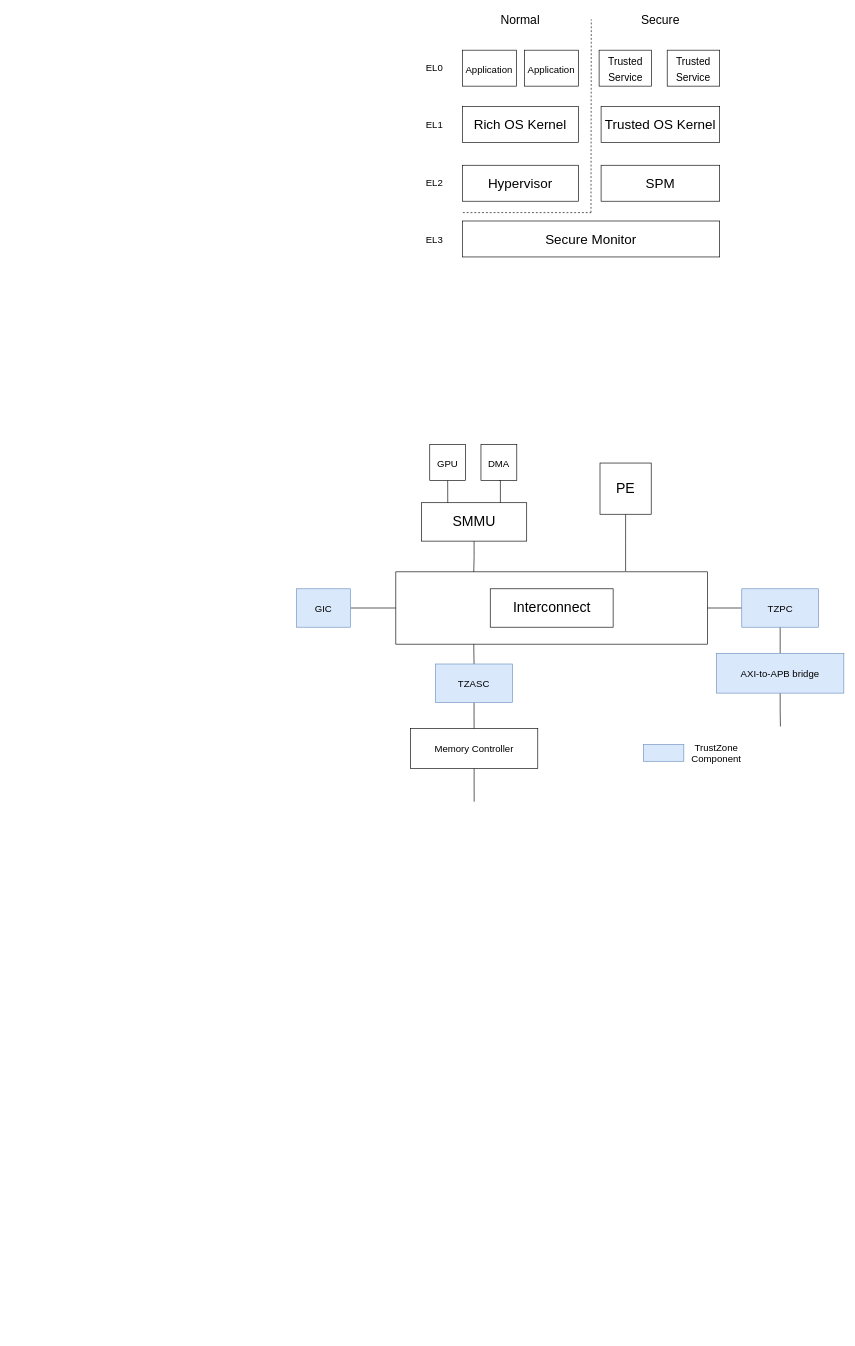
Before: TrustZone.drawio in EdisonE3/vue_learn, a draw.io diagram. Source tidied: cells renumbered, new cells numbered last; positions are measured from the earlier drawing's top-left corner, leaving out a move shared by most shapes. Both pictures are drawn from the tidied source at 64%, with x=0, y=0 at pixel (296, 11).
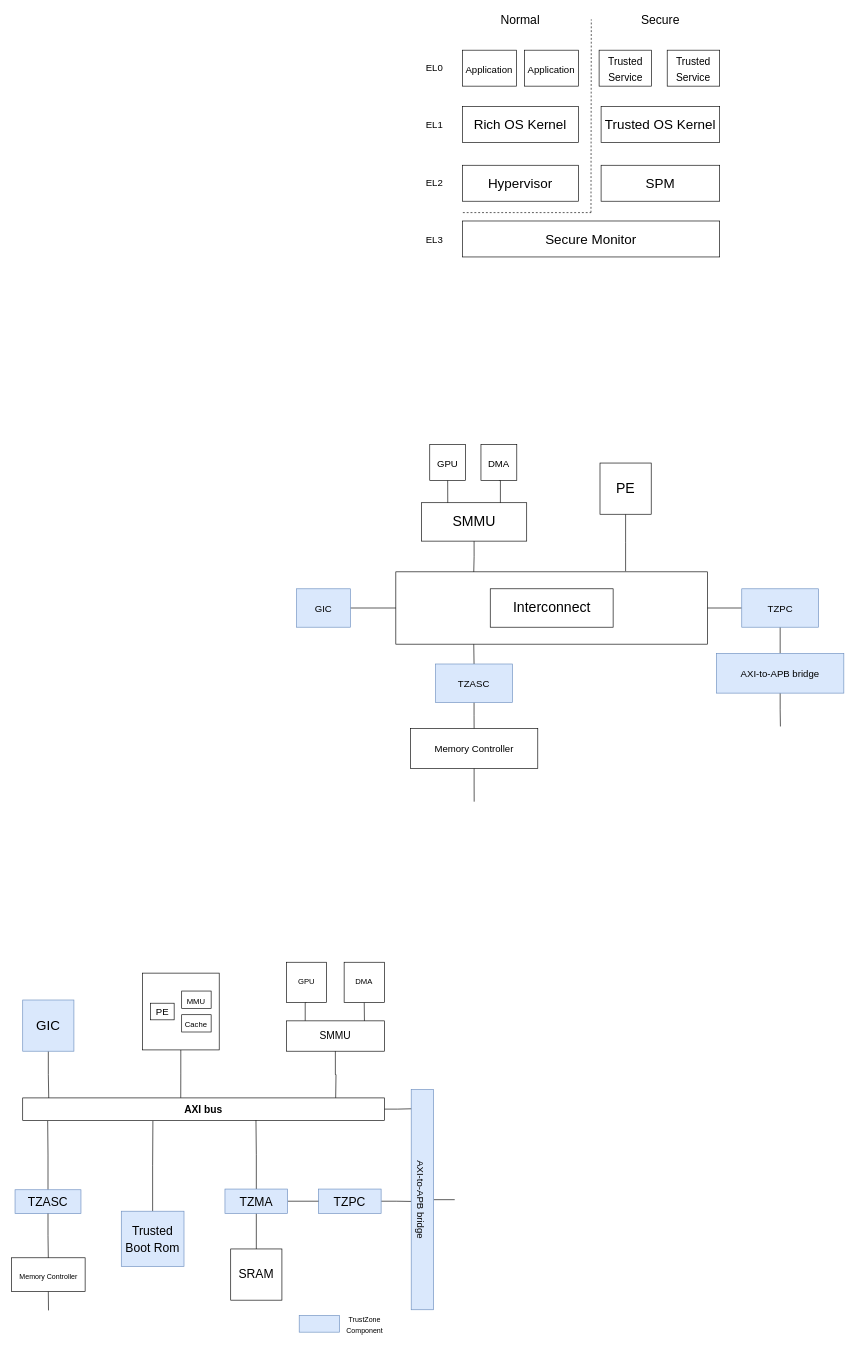
Above is the later version.

Change to the diagram source:
```diff
@@
-    <mxCell id="24" style="rounded=0;whiteSpace=wrap;html=1;fontSize=15;fillColor=#dae8fc;strokeColor=#6c8ebf;" parent="1" vertex="1">
-      <mxGeometry x="542" y="1146" width="63" height="26" as="geometry" />
-    </mxCell>
-    <mxCell id="25" value="TrustZone Component" style="text;html=1;strokeColor=none;fillColor=none;align=center;verticalAlign=middle;whiteSpace=wrap;rounded=0;fontSize=15;" parent="1" vertex="1">
-      <mxGeometry x="605" y="1144" width="102" height="30" as="geometry" />
-    </mxCell>
@@
+    <mxCell id="45" style="edgeStyle=orthogonalEdgeStyle;rounded=0;jettySize=auto;html=1;exitX=0.5;exitY=1;exitDx=0;exitDy=0;entryX=0.072;entryY=0.04;entryDx=0;entryDy=0;entryPerimeter=0;fontSize=16;endArrow=none;endFill=0;" parent="1" edge="1" source="46" target="48">
+      <mxGeometry relative="1" as="geometry" />
+    </mxCell>
+    <mxCell id="46" value="&lt;font style=&quot;font-size: 21px;&quot;&gt;GIC&lt;/font&gt;" style="whiteSpace=wrap;html=1;fillColor=#dae8fc;strokeColor=#6c8ebf;" parent="1" vertex="1">
+      <mxGeometry x="-428" y="1545" width="80" height="80" as="geometry" />
+    </mxCell>
+    <mxCell id="47" style="edgeStyle=orthogonalEdgeStyle;rounded=0;jettySize=auto;html=1;exitX=1;exitY=0.5;exitDx=0;exitDy=0;entryX=0.087;entryY=0.952;entryDx=0;entryDy=0;entryPerimeter=0;fontSize=21;endArrow=none;endFill=0;" parent="1" edge="1" source="48" target="77">
+      <mxGeometry relative="1" as="geometry" />
+    </mxCell>
+    <mxCell id="48" value="&lt;font style=&quot;font-size: 16px;&quot;&gt;&lt;b&gt;AXI bus&lt;/b&gt;&lt;/font&gt;" style="rounded=0;whiteSpace=wrap;html=1;" parent="1" vertex="1">
+      <mxGeometry x="-428" y="1698" width="565" height="35" as="geometry" />
+    </mxCell>
+    <mxCell id="49" style="edgeStyle=orthogonalEdgeStyle;rounded=0;jettySize=auto;html=1;exitX=0.5;exitY=1;exitDx=0;exitDy=0;fontSize=11;endArrow=none;endFill=0;entryX=0.437;entryY=-0.006;entryDx=0;entryDy=0;entryPerimeter=0;" parent="1" edge="1" source="50" target="48">
+      <mxGeometry relative="1" as="geometry" />
+    </mxCell>
+    <mxCell id="50" style="whiteSpace=wrap;html=1;" parent="1" vertex="1">
+      <mxGeometry x="-241" y="1503" width="120" height="120" as="geometry" />
+    </mxCell>
+    <mxCell id="51" style="group;" parent="1" vertex="1">
+      <mxGeometry x="-16" y="1486" width="153" height="139" as="geometry" />
+    </mxCell>
+    <mxCell id="52" style="edgeStyle=orthogonalEdgeStyle;rounded=0;jettySize=auto;html=1;exitX=0.5;exitY=1;exitDx=0;exitDy=0;entryX=0.192;entryY=0;entryDx=0;entryDy=0;entryPerimeter=0;fontSize=16;endArrow=none;endFill=0;" parent="51" edge="1" source="53" target="54">
+      <mxGeometry relative="1" as="geometry" />
+    </mxCell>
+    <mxCell id="53" value="GPU" style="whiteSpace=wrap;html=1;" parent="51" vertex="1">
+      <mxGeometry width="62.8" height="62.8" as="geometry" />
+    </mxCell>
+    <mxCell id="54" value="SMMU" style="rounded=0;whiteSpace=wrap;html=1;fontSize=16;" parent="51" vertex="1">
+      <mxGeometry y="91.6" width="153" height="47.4" as="geometry" />
+    </mxCell>
+    <mxCell id="55" style="edgeStyle=orthogonalEdgeStyle;rounded=0;jettySize=auto;html=1;exitX=0.5;exitY=1;exitDx=0;exitDy=0;fontSize=16;endArrow=none;endFill=0;entryX=0.797;entryY=0.002;entryDx=0;entryDy=0;entryPerimeter=0;" parent="51" edge="1" source="56" target="54">
+      <mxGeometry relative="1" as="geometry" />
+    </mxCell>
+    <mxCell id="56" value="DMA" style="whiteSpace=wrap;html=1;" parent="51" vertex="1">
+      <mxGeometry x="90.2" width="62.8" height="62.8" as="geometry" />
+    </mxCell>
+    <mxCell id="57" style="edgeStyle=orthogonalEdgeStyle;rounded=0;jettySize=auto;html=1;exitX=0.5;exitY=1;exitDx=0;exitDy=0;fontSize=16;endArrow=none;endFill=0;" parent="1" edge="1" source="54">
+      <mxGeometry relative="1" as="geometry">
+        <mxPoint x="61" y="1697.8" as="targetPoint" />
+      </mxGeometry>
+    </mxCell>
+    <mxCell id="58" style="edgeStyle=orthogonalEdgeStyle;rounded=0;jettySize=auto;html=1;exitX=1;exitY=0.5;exitDx=0;exitDy=0;entryX=0.508;entryY=0.985;entryDx=0;entryDy=0;entryPerimeter=0;fontSize=11;endArrow=none;endFill=0;" parent="1" edge="1" source="59" target="77">
+      <mxGeometry relative="1" as="geometry" />
+    </mxCell>
+    <mxCell id="59" value="&lt;font style=&quot;font-size: 19px;&quot;&gt;TZPC&lt;/font&gt;" style="rounded=0;whiteSpace=wrap;html=1;fontSize=21;fillColor=#dae8fc;strokeColor=#6c8ebf;" parent="1" vertex="1">
+      <mxGeometry x="34" y="1840.4" width="98" height="38" as="geometry" />
+    </mxCell>
+    <mxCell id="60" style="edgeStyle=orthogonalEdgeStyle;rounded=0;orthogonalLoop=1;jettySize=auto;html=1;exitX=0.5;exitY=0;exitDx=0;exitDy=0;fontSize=16;endArrow=none;endFill=0;" parent="1" edge="1">
+      <mxGeometry relative="1" as="geometry">
+        <mxPoint x="214" y="1857" as="sourcePoint" />
+        <mxPoint x="247" y="1857.7" as="targetPoint" />
+      </mxGeometry>
+    </mxCell>
+    <mxCell id="61" value="PE" style="rounded=0;whiteSpace=wrap;html=1;fontSize=15;" parent="1" vertex="1">
+      <mxGeometry x="-228.4" y="1550" width="37" height="26" as="geometry" />
+    </mxCell>
+    <mxCell id="62" value="&lt;font style=&quot;font-size: 12px;&quot;&gt;MMU&lt;/font&gt;" style="rounded=0;whiteSpace=wrap;html=1;fontSize=15;" parent="1" vertex="1">
+      <mxGeometry x="-179.6" y="1531" width="46" height="27" as="geometry" />
+    </mxCell>
+    <mxCell id="63" value="&lt;font style=&quot;font-size: 12px;&quot;&gt;Cache&lt;/font&gt;" style="rounded=0;whiteSpace=wrap;html=1;fontSize=15;" parent="1" vertex="1">
+      <mxGeometry x="-179.6" y="1568" width="46" height="27" as="geometry" />
+    </mxCell>
+    <mxCell id="64" style="edgeStyle=orthogonalEdgeStyle;rounded=0;jettySize=auto;html=1;exitX=0.5;exitY=0;exitDx=0;exitDy=0;entryX=0.069;entryY=1.029;entryDx=0;entryDy=0;entryPerimeter=0;fontSize=19;endArrow=none;endFill=0;" parent="1" edge="1" source="65" target="48">
+      <mxGeometry relative="1" as="geometry" />
+    </mxCell>
+    <mxCell id="65" value="&lt;font style=&quot;font-size: 19px;&quot;&gt;TZASC&lt;/font&gt;" style="rounded=0;whiteSpace=wrap;html=1;fontSize=21;fillColor=#dae8fc;strokeColor=#6c8ebf;" parent="1" vertex="1">
+      <mxGeometry x="-440" y="1841.5" width="103" height="37.3" as="geometry" />
+    </mxCell>
+    <mxCell id="66" style="edgeStyle=orthogonalEdgeStyle;rounded=0;jettySize=auto;html=1;exitX=0.5;exitY=1;exitDx=0;exitDy=0;fontSize=19;endArrow=none;endFill=0;" parent="1" edge="1" source="67">
+      <mxGeometry relative="1" as="geometry">
+        <mxPoint x="-387.7" y="2030" as="targetPoint" />
+      </mxGeometry>
+    </mxCell>
+    <mxCell id="67" value="&lt;font style=&quot;font-size: 11px;&quot;&gt;Memory Controller&lt;/font&gt;" style="rounded=0;whiteSpace=wrap;html=1;fontSize=21;" parent="1" vertex="1">
+      <mxGeometry x="-445.5" y="1947.8" width="115" height="52.5" as="geometry" />
+    </mxCell>
+    <mxCell id="68" style="edgeStyle=orthogonalEdgeStyle;rounded=0;jettySize=auto;html=1;exitX=0.5;exitY=1;exitDx=0;exitDy=0;entryX=0.5;entryY=0;entryDx=0;entryDy=0;fontSize=21;endArrow=none;endFill=0;" parent="1" edge="1" source="65" target="67">
+      <mxGeometry relative="1" as="geometry" />
+    </mxCell>
+    <mxCell id="69" style="edgeStyle=orthogonalEdgeStyle;rounded=0;jettySize=auto;html=1;exitX=0.5;exitY=0;exitDx=0;exitDy=0;entryX=0.645;entryY=0.996;entryDx=0;entryDy=0;entryPerimeter=0;fontSize=19;endArrow=none;endFill=0;" parent="1" edge="1" source="72" target="48">
+      <mxGeometry relative="1" as="geometry" />
+    </mxCell>
+    <mxCell id="70" style="edgeStyle=orthogonalEdgeStyle;rounded=0;jettySize=auto;html=1;exitX=0.5;exitY=1;exitDx=0;exitDy=0;entryX=0.5;entryY=0;entryDx=0;entryDy=0;fontSize=19;endArrow=none;endFill=0;" parent="1" edge="1" source="72" target="75">
+      <mxGeometry relative="1" as="geometry" />
+    </mxCell>
+    <mxCell id="71" style="edgeStyle=orthogonalEdgeStyle;rounded=0;jettySize=auto;html=1;exitX=1;exitY=0.5;exitDx=0;exitDy=0;fontSize=11;endArrow=none;endFill=0;entryX=0;entryY=0.5;entryDx=0;entryDy=0;" parent="1" edge="1" source="72" target="59">
+      <mxGeometry relative="1" as="geometry" />
+    </mxCell>
+    <mxCell id="72" value="&lt;font style=&quot;font-size: 19px;&quot;&gt;TZMA&lt;/font&gt;" style="rounded=0;whiteSpace=wrap;html=1;fontSize=21;fillColor=#dae8fc;strokeColor=#6c8ebf;" parent="1" vertex="1">
+      <mxGeometry x="-112" y="1840.4" width="98" height="38" as="geometry" />
+    </mxCell>
+    <mxCell id="73" style="edgeStyle=orthogonalEdgeStyle;rounded=0;jettySize=auto;html=1;exitX=0.5;exitY=0;exitDx=0;exitDy=0;entryX=0.36;entryY=1.029;entryDx=0;entryDy=0;entryPerimeter=0;fontSize=19;endArrow=none;endFill=0;" parent="1" edge="1" source="74" target="48">
+      <mxGeometry relative="1" as="geometry" />
+    </mxCell>
+    <mxCell id="74" value="&lt;font style=&quot;font-size: 19px;&quot;&gt;Trusted&lt;br&gt;Boot Rom&lt;br&gt;&lt;/font&gt;" style="rounded=0;whiteSpace=wrap;html=1;fontSize=21;fillColor=#dae8fc;strokeColor=#6c8ebf;" parent="1" vertex="1">
+      <mxGeometry x="-274" y="1875" width="98" height="86.4" as="geometry" />
+    </mxCell>
+    <mxCell id="75" value="SRAM" style="whiteSpace=wrap;html=1;fontSize=19;" parent="1" vertex="1">
+      <mxGeometry x="-103" y="1934" width="80" height="80" as="geometry" />
+    </mxCell>
+    <mxCell id="76" style="group;" parent="1" vertex="1">
+      <mxGeometry x="179" y="1685" width="35" height="344" as="geometry" />
+    </mxCell>
+    <mxCell id="77" style="rounded=0;whiteSpace=wrap;html=1;fontSize=21;direction=south;fillColor=#dae8fc;strokeColor=#6c8ebf;" parent="76" vertex="1">
+      <mxGeometry width="35" height="344" as="geometry" />
+    </mxCell>
+    <mxCell id="78" value="&lt;font style=&quot;font-size: 15px;&quot;&gt;AXI-to-APB bridge&lt;/font&gt;" style="text;html=1;strokeColor=none;fillColor=none;align=center;verticalAlign=middle;whiteSpace=wrap;rounded=0;fontSize=21;rotation=90;" parent="76" vertex="1">
+      <mxGeometry x="-128" y="156.5" width="291" height="31" as="geometry" />
+    </mxCell>
+    <mxCell id="79" style="group;" parent="1" vertex="1">
+      <mxGeometry x="4" y="2036" width="165" height="30" as="geometry" />
+    </mxCell>
+    <mxCell id="24" style="rounded=0;whiteSpace=wrap;html=1;fontSize=15;fillColor=#dae8fc;strokeColor=#6c8ebf;" parent="79" vertex="1">
+      <mxGeometry y="2" width="63" height="26" as="geometry" />
+    </mxCell>
+    <mxCell id="25" value="&lt;font style=&quot;font-size: 11px;&quot;&gt;TrustZone &lt;br&gt;Component&lt;/font&gt;" style="text;html=1;strokeColor=none;fillColor=none;align=center;verticalAlign=middle;whiteSpace=wrap;rounded=0;fontSize=15;" parent="79" vertex="1">
+      <mxGeometry x="40" width="125" height="30" as="geometry" />
+    </mxCell>
```
